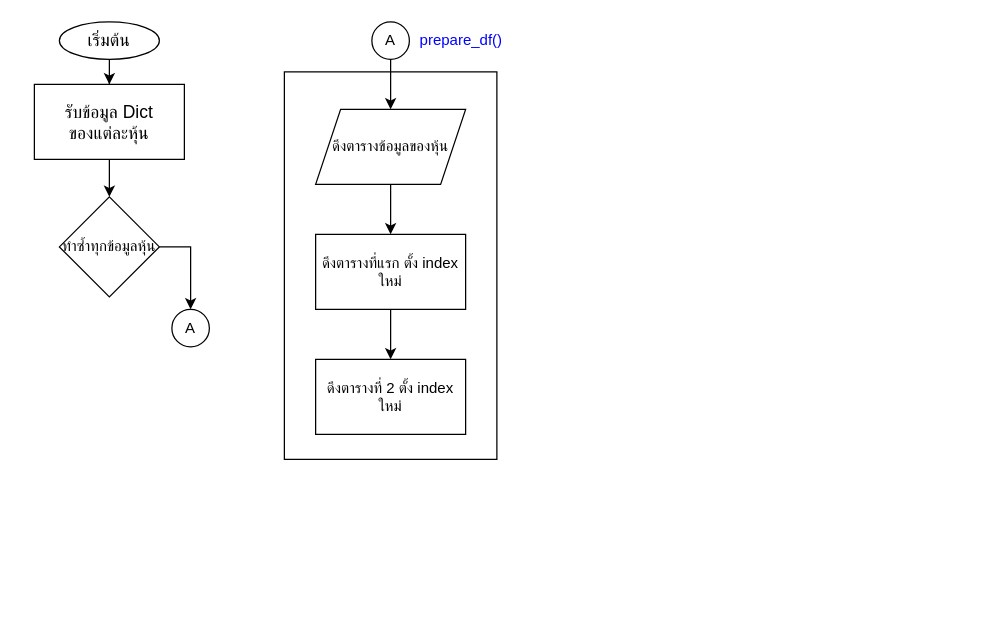
Earlier version of the draw.io diagram Untitled Diagram.drawio (PrasertLoprasert/ThaiStock). Source tidied: cells renumbered, new cells numbered last; positions are measured from the earlier drawing's top-left corner, leaving out a move shared by most shapes. Both pictures are drawn from the tidied source at 125%, with x=0, y=0 at pixel (34, 21).
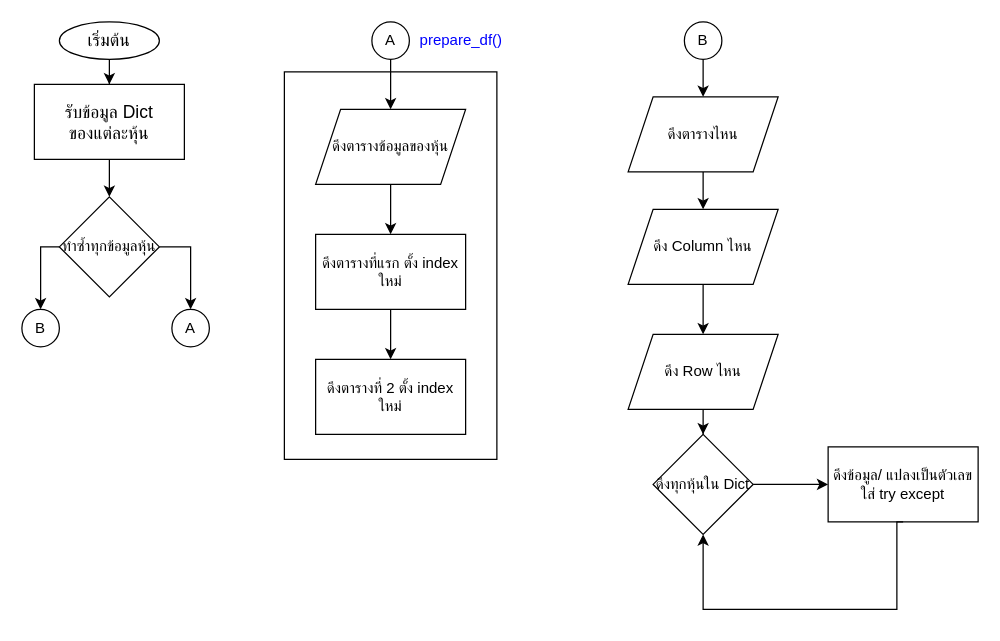
Above is the later version.

The change refers to these unchanged cells:
```xml
<mxCell id="8" value="ทำซ้ำทุกข้อมูลหุ้น" style="rhombus;whiteSpace=wrap;html=1;" parent="1" vertex="1">
  <mxGeometry x="20" y="140" width="80" height="80" as="geometry" />
</mxCell>
```

Change to the diagram source:
```diff
@@
+    <mxCell id="18" value="B" style="ellipse;whiteSpace=wrap;html=1;" parent="1" vertex="1">
+      <mxGeometry x="-10" y="230" width="30" height="30" as="geometry" />
+    </mxCell>
+    <mxCell id="19" style="endArrow=classic;html=1;rounded=0;edgeStyle=orthogonalEdgeStyle;exitX=0;exitY=0.5;exitDx=0;exitDy=0;entryX=0.5;entryY=0;entryDx=0;entryDy=0;" parent="1" edge="1" source="8" target="18">
+      <mxGeometry relative="1" as="geometry" />
+    </mxCell>
+    <mxCell id="20" style="edgeStyle=orthogonalEdgeStyle;rounded=0;jettySize=auto;html=1;" parent="1" edge="1" source="21" target="23">
+      <mxGeometry relative="1" as="geometry" />
+    </mxCell>
+    <mxCell id="21" value="B" style="ellipse;whiteSpace=wrap;html=1;" parent="1" vertex="1">
+      <mxGeometry x="520" width="30" height="30" as="geometry" />
+    </mxCell>
+    <mxCell id="22" style="edgeStyle=orthogonalEdgeStyle;rounded=0;jettySize=auto;html=1;" parent="1" edge="1" source="23" target="25">
+      <mxGeometry relative="1" as="geometry" />
+    </mxCell>
+    <mxCell id="23" value="ดึงตารางไหน" style="shape=parallelogram;perimeter=parallelogramPerimeter;whiteSpace=wrap;html=1;fixedSize=1;" parent="1" vertex="1">
+      <mxGeometry x="475" y="60" width="120" height="60" as="geometry" />
+    </mxCell>
+    <mxCell id="24" style="edgeStyle=orthogonalEdgeStyle;rounded=0;jettySize=auto;html=1;" parent="1" edge="1" source="25" target="27">
+      <mxGeometry relative="1" as="geometry" />
+    </mxCell>
+    <mxCell id="25" value="ดึง Column ไหน" style="shape=parallelogram;perimeter=parallelogramPerimeter;whiteSpace=wrap;html=1;fixedSize=1;" parent="1" vertex="1">
+      <mxGeometry x="475" y="150" width="120" height="60" as="geometry" />
+    </mxCell>
+    <mxCell id="26" style="edgeStyle=orthogonalEdgeStyle;rounded=0;jettySize=auto;html=1;" parent="1" edge="1" source="27" target="29">
+      <mxGeometry relative="1" as="geometry" />
+    </mxCell>
+    <mxCell id="27" value="ดึง Row ไหน" style="shape=parallelogram;perimeter=parallelogramPerimeter;whiteSpace=wrap;html=1;fixedSize=1;" parent="1" vertex="1">
+      <mxGeometry x="475" y="250" width="120" height="60" as="geometry" />
+    </mxCell>
+    <mxCell id="28" style="edgeStyle=orthogonalEdgeStyle;rounded=0;jettySize=auto;html=1;" parent="1" edge="1" source="29" target="30">
+      <mxGeometry relative="1" as="geometry" />
+    </mxCell>
+    <mxCell id="29" value="ดึงทุกหุ้นใน Dict" style="rhombus;whiteSpace=wrap;html=1;" parent="1" vertex="1">
+      <mxGeometry x="495" y="330" width="80" height="80" as="geometry" />
+    </mxCell>
+    <mxCell id="30" value="ดึงข้อมูล/ แปลงเป็นตัวเลข ใส่ try except" style="whiteSpace=wrap;html=1;" parent="1" vertex="1">
+      <mxGeometry x="635" y="340" width="120" height="60" as="geometry" />
+    </mxCell>
+    <mxCell id="31" style="endArrow=classic;html=1;rounded=0;edgeStyle=orthogonalEdgeStyle;entryX=0.5;entryY=1;entryDx=0;entryDy=0;exitX=0.5;exitY=1;exitDx=0;exitDy=0;" parent="1" edge="1" source="30" target="29">
+      <mxGeometry relative="1" as="geometry">
+        <Array as="points">
+          <mxPoint x="690" y="400" />
+          <mxPoint x="690" y="470" />
+          <mxPoint x="535" y="470" />
+        </Array>
+      </mxGeometry>
+    </mxCell>
```
